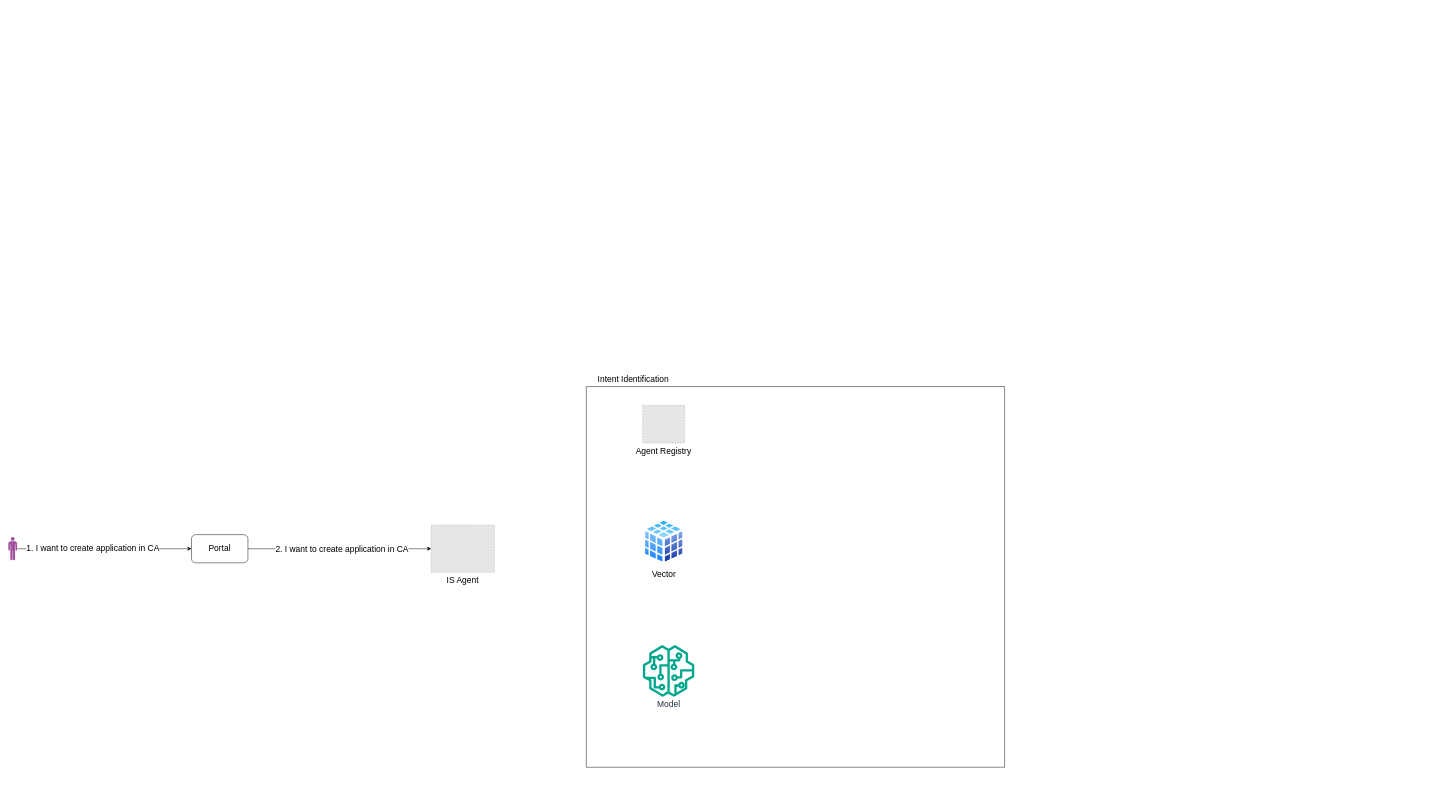
landerpaz/AI keeps this draw.io diagram as page "Intent Identification" (2 of 2) of Untitled Diagram.drawio. Above is the earlier version. Source tidied: cells renumbered, new cells numbered last; positions are measured from the earlier drawing's top-left corner, leaving out a move shared by most shapes. Both pictures are drawn from the tidied source at 47%, with x=0, y=0 at pixel (8, 372). Pictures stored in the file or linked from it are replaced by grey dashed boxes.
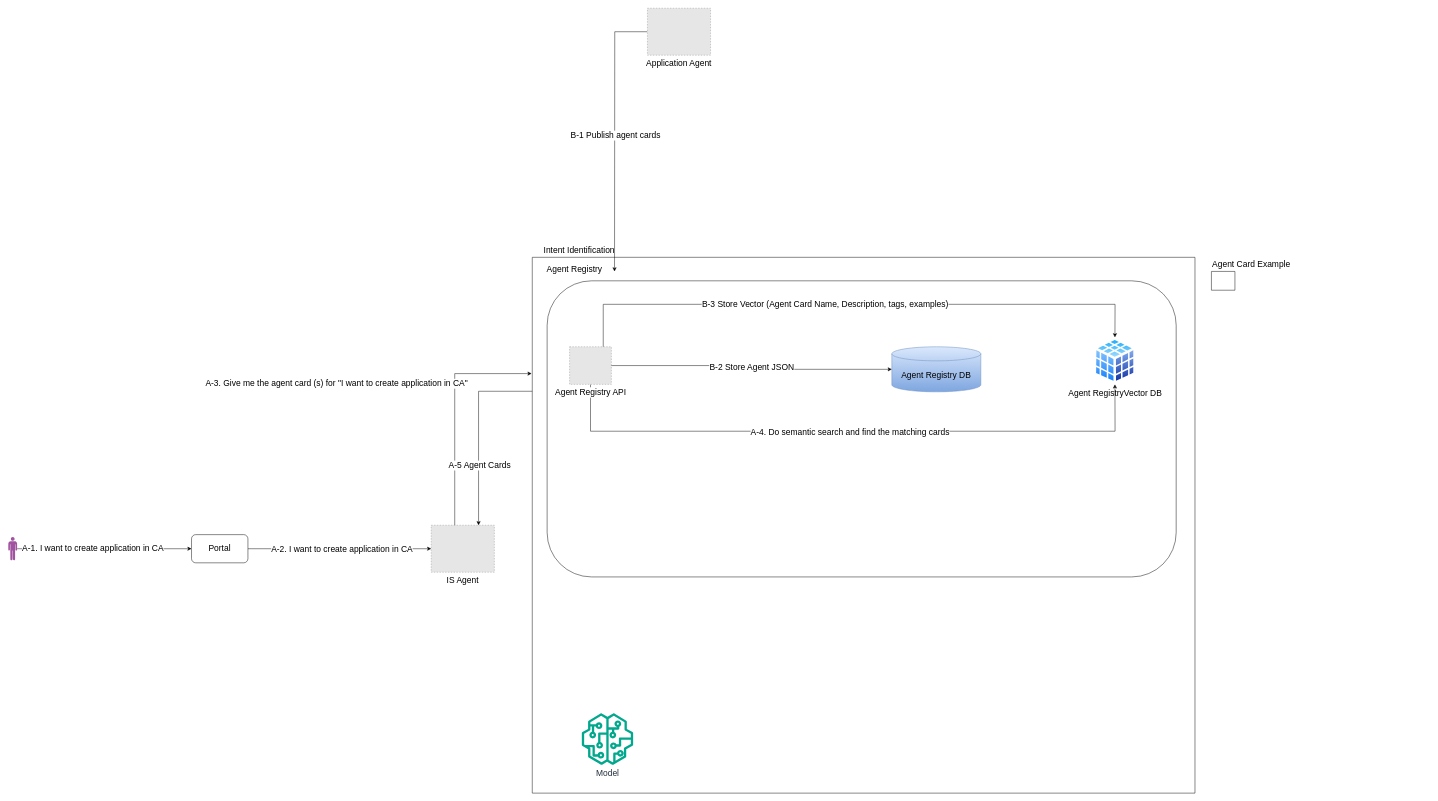
Above is the later version.

Unchanged cells that the change refers to:
```xml
<mxCell id="2" style="edgeStyle=orthogonalEdgeStyle;rounded=0;jettySize=auto;html=1;entryX=0;entryY=0.5;entryDx=0;entryDy=0;fontSize=18;" parent="1" edge="1" source="4" target="7">
  <mxGeometry relative="1" as="geometry" />
</mxCell>
<mxCell id="5" style="edgeStyle=orthogonalEdgeStyle;rounded=0;jettySize=auto;html=1;fontSize=18;" parent="1" edge="1" source="7" target="8">
  <mxGeometry relative="1" as="geometry" />
</mxCell>
<mxCell id="8" value="IS Agent" style="fillColor=#E6E6E6;strokeColor=#999999;dashed=1;verticalLabelPosition=bottom;labelBackgroundColor=default;verticalAlign=top;fontSize=18;" parent="1" vertex="1">
  <mxGeometry x="900" y="325" width="134.3" height="100" as="geometry" />
</mxCell>
```

Change to the diagram source:
```diff
@@
-    <mxCell id="3" value="&lt;font&gt;1. I want to create application in CA&lt;/font&gt;" style="edgeLabel;html=1;align=center;verticalAlign=middle;fontSize=18;" parent="2" vertex="1">
+    <mxCell id="3" value="&lt;font&gt;A-1. I want to create application in CA&lt;/font&gt;" style="edgeLabel;html=1;align=center;verticalAlign=middle;fontSize=18;" parent="2" vertex="1">
       <mxGeometry x="-0.14" y="2" relative="1" as="geometry" />
     </mxCell>
@@
-    <mxCell id="6" value="&lt;span&gt;2. I want to create application in CA&lt;/span&gt;" style="edgeLabel;html=1;align=center;verticalAlign=middle;fontSize=18;" parent="5" vertex="1">
+    <mxCell id="6" value="&lt;span&gt;A-2. I want to create application in CA&lt;/span&gt;" style="edgeLabel;html=1;align=center;verticalAlign=middle;fontSize=18;" parent="5" vertex="1">
       <mxGeometry x="-0.21" y="-2" relative="1" as="geometry">
         <mxPoint x="45" y="-2" as="offset" />
       </mxGeometry>
     </mxCell>
@@
     <mxCell id="9" style="group;fontSize=18;" parent="1" vertex="1">
-      <mxGeometry x="1230" width="890" height="840" as="geometry" />
+      <mxGeometry x="1115" y="-275" width="1410" height="1170" as="geometry" />
     </mxCell>
     <mxCell id="10" style="swimlane;startSize=0;fontSize=18;" parent="9" vertex="1">
-      <mxGeometry y="30" width="890" height="810" as="geometry" />
+      <mxGeometry y="30" width="1410" height="1140" as="geometry" />
     </mxCell>
+    <mxCell id="13" value="&lt;font&gt;Model&lt;/font&gt;" style="sketch=0;fontColor=#232F3E;gradientColor=none;fillColor=#01A88D;strokeColor=none;dashed=0;verticalLabelPosition=bottom;verticalAlign=top;align=center;html=1;fontSize=18;fontStyle=0;shape=mxgraph.aws4.sagemaker_model;" parent="10" vertex="1">
+      <mxGeometry x="105" y="970" width="110" height="110" as="geometry" />
+    </mxCell>
+    <mxCell id="15" style="group;fontSize=18;" parent="10" vertex="1">
+      <mxGeometry x="175" y="50" width="1195" height="630" as="geometry" />
+    </mxCell>
+    <mxCell id="16" style="rounded=1;whiteSpace=wrap;html=1;fontSize=18;" parent="15" vertex="1">
+      <mxGeometry x="-143.4" width="1338.4" height="630" as="geometry" />
+    </mxCell>
+    <mxCell id="17" value="&lt;font&gt;Agent Registry DB&lt;/font&gt;" style="shape=cylinder3;whiteSpace=wrap;html=1;boundedLbl=1;backgroundOutline=1;size=15;fillColor=#dae8fc;gradientColor=#7ea6e0;strokeColor=#6c8ebf;fontSize=18;" parent="15" vertex="1">
+      <mxGeometry x="590" y="140.3" width="189.4" height="95.9" as="geometry" />
+    </mxCell>
+    <mxCell id="12" value="Agent RegistryVector DB" style="image;perimeter=ellipsePerimeter;html=1;align=center;shadow=0;dashed=0;spacingTop=3;image=img/lib/active_directory/database_cube.svg;fontSize=18;" parent="15" vertex="1">
+      <mxGeometry x="1019.7" y="120.3" width="90" height="100" as="geometry" />
+    </mxCell>
+    <mxCell id="18" value="&lt;font style=&quot;font-size: 18px;&quot;&gt;Agent Registry&lt;/font&gt;" style="text;html=1;whiteSpace=wrap;strokeColor=none;fillColor=none;align=center;verticalAlign=middle;rounded=0;" parent="10" vertex="1">
+      <mxGeometry x="-5" y="10" width="190" height="30" as="geometry" />
+    </mxCell>
+    <mxCell id="14" value="&lt;font&gt;Intent Identification&lt;/font&gt;" style="text;html=1;whiteSpace=wrap;strokeColor=none;fillColor=none;align=center;verticalAlign=middle;rounded=0;fontSize=18;" parent="9" vertex="1">
+      <mxGeometry width="200" height="30" as="geometry" />
+    </mxCell>
+    <mxCell id="19" style="group;fontSize=18;" parent="1" vertex="1">
+      <mxGeometry x="2560" y="-245" width="465" height="830" as="geometry" />
+    </mxCell>
+    <mxCell id="20" style="swimlane;startSize=0;fontSize=18;" parent="19" vertex="1" collapsed="1">
+      <mxGeometry y="30" width="50" height="40" as="geometry" />
+    </mxCell>
+    <mxCell id="21" value="&lt;font&gt;Agent Card Example&lt;/font&gt;" style="text;html=1;whiteSpace=wrap;strokeColor=none;fillColor=none;align=center;verticalAlign=middle;rounded=0;fontSize=18;" parent="19" vertex="1">
+      <mxGeometry x="-45" width="260" height="30" as="geometry" />
+    </mxCell>
+    <mxCell id="22" style="edgeStyle=orthogonalEdgeStyle;rounded=0;jettySize=auto;html=1;fontSize=18;" parent="1" edge="1" source="24">
+      <mxGeometry relative="1" as="geometry">
+        <mxPoint x="1290" y="-215" as="targetPoint" />
+      </mxGeometry>
+    </mxCell>
+    <mxCell id="23" value="&lt;font&gt;B-1 Publish agent cards&lt;/font&gt;" style="edgeLabel;html=1;align=center;verticalAlign=middle;fontSize=18;" parent="22" vertex="1">
+      <mxGeometry y="1" relative="1" as="geometry" />
+    </mxCell>
+    <mxCell id="24" value="Application Agent" style="fillColor=#E6E6E6;strokeColor=#999999;dashed=1;verticalLabelPosition=bottom;labelBackgroundColor=default;verticalAlign=top;fontSize=18;" parent="1" vertex="1">
+      <mxGeometry x="1360" y="-775" width="134.3" height="100" as="geometry" />
+    </mxCell>
+    <mxCell id="25" style="edgeStyle=orthogonalEdgeStyle;rounded=0;jettySize=auto;html=1;entryX=-0.001;entryY=0.217;entryDx=0;entryDy=0;entryPerimeter=0;" parent="1" edge="1" source="8" target="10">
+      <mxGeometry relative="1" as="geometry">
+        <Array as="points">
+          <mxPoint x="950" y="2" />
+        </Array>
+      </mxGeometry>
+    </mxCell>
+    <mxCell id="26" value="&lt;font style=&quot;font-size: 18px;&quot;&gt;A-3. Give me the agent card (s) for &quot;I want to create application in CA&quot;&amp;nbsp;&lt;/font&gt;" style="edgeLabel;html=1;align=center;verticalAlign=middle;" parent="25" vertex="1">
+      <mxGeometry x="0.08" relative="1" as="geometry">
+        <mxPoint x="-250" y="-39" as="offset" />
+      </mxGeometry>
+    </mxCell>
+    <mxCell id="27" style="edgeStyle=orthogonalEdgeStyle;rounded=0;jettySize=auto;html=1;" parent="1" edge="1" source="11" target="12">
+      <mxGeometry relative="1" as="geometry">
+        <Array as="points">
+          <mxPoint x="1239" y="125" />
+          <mxPoint x="2355" y="125" />
+        </Array>
+      </mxGeometry>
+    </mxCell>
+    <mxCell id="28" value="&lt;font style=&quot;font-size: 18px;&quot;&gt;A-4. Do semantic search and find the matching cards&lt;/font&gt;" style="edgeLabel;html=1;align=center;verticalAlign=middle;" parent="27" vertex="1">
+      <mxGeometry x="-0.01" y="-2" relative="1" as="geometry" />
+    </mxCell>
-    <mxCell id="11" value="&lt;font&gt;Agent Registry&lt;/font&gt;" style="fillColor=#E6E6E6;strokeColor=#999999;dashed=1;html=1;verticalLabelPosition=bottom;labelBackgroundColor=#ffffff;verticalAlign=top;fontSize=18;" parent="10" vertex="1">
-      <mxGeometry x="120" y="40" width="88.9" height="80" as="geometry" />
+    <mxCell id="11" value="&lt;font&gt;Agent Registry API&lt;/font&gt;" style="fillColor=#E6E6E6;strokeColor=#999999;dashed=1;html=1;verticalLabelPosition=bottom;labelBackgroundColor=#ffffff;verticalAlign=top;fontSize=18;" parent="1" vertex="1">
+      <mxGeometry x="1194.4" y="-54.7" width="88.9" height="80" as="geometry" />
     </mxCell>
-    <mxCell id="12" value="Vector" style="image;perimeter=ellipsePerimeter;html=1;align=center;shadow=0;dashed=0;spacingTop=3;image=img/lib/active_directory/database_cube.svg;fontSize=18;" parent="10" vertex="1">
-      <mxGeometry x="120" y="280" width="90" height="100" as="geometry" />
-    </mxCell>
-    <mxCell id="13" value="&lt;font style=&quot;font-size: 18px;&quot;&gt;Model&lt;/font&gt;" style="sketch=0;fontColor=#232F3E;gradientColor=none;fillColor=#01A88D;strokeColor=none;dashed=0;verticalLabelPosition=bottom;verticalAlign=top;align=center;html=1;fontSize=12;fontStyle=0;shape=mxgraph.aws4.sagemaker_model;" parent="10" vertex="1">
-      <mxGeometry x="120" y="550" width="110" height="110" as="geometry" />
-    </mxCell>
-    <mxCell id="14" value="&lt;font&gt;Intent Identification&lt;/font&gt;" style="text;html=1;whiteSpace=wrap;strokeColor=none;fillColor=none;align=center;verticalAlign=middle;rounded=0;fontSize=18;" parent="9" vertex="1">
-      <mxGeometry width="200" height="30" as="geometry" />
-    </mxCell>
+    <mxCell id="29" value="B-2 Store Agent JSON" style="edgeStyle=orthogonalEdgeStyle;rounded=0;jettySize=auto;html=1;fontSize=18;" parent="1" edge="1" source="11" target="17">
+      <mxGeometry relative="1" as="geometry" />
+    </mxCell>
+    <mxCell id="30" style="edgeStyle=orthogonalEdgeStyle;rounded=0;jettySize=auto;html=1;fontSize=18;" parent="1" edge="1" source="11" target="12">
+      <mxGeometry relative="1" as="geometry">
+        <Array as="points">
+          <mxPoint x="1266" y="-145" />
+          <mxPoint x="2355" y="-145" />
+        </Array>
+      </mxGeometry>
+    </mxCell>
+    <mxCell id="31" value="B-3 Store Vector (Agent Card Name, Description, tags, examples)" style="edgeLabel;html=1;align=center;verticalAlign=middle;fontSize=18;" parent="30" vertex="1">
+      <mxGeometry x="-0.2" y="1" relative="1" as="geometry">
+        <mxPoint x="62" as="offset" />
+      </mxGeometry>
+    </mxCell>
+    <mxCell id="32" style="edgeStyle=orthogonalEdgeStyle;rounded=0;jettySize=auto;html=1;exitX=0;exitY=0.25;exitDx=0;exitDy=0;entryX=0.75;entryY=0;entryDx=0;entryDy=0;" parent="1" edge="1" source="10" target="8">
+      <mxGeometry relative="1" as="geometry" />
+    </mxCell>
+    <mxCell id="33" value="&lt;font style=&quot;font-size: 18px;&quot;&gt;A-5 Agent Cards&lt;/font&gt;" style="edgeLabel;html=1;align=center;verticalAlign=middle;" parent="32" vertex="1">
+      <mxGeometry x="0.36" y="2" relative="1" as="geometry" />
+    </mxCell>
```
